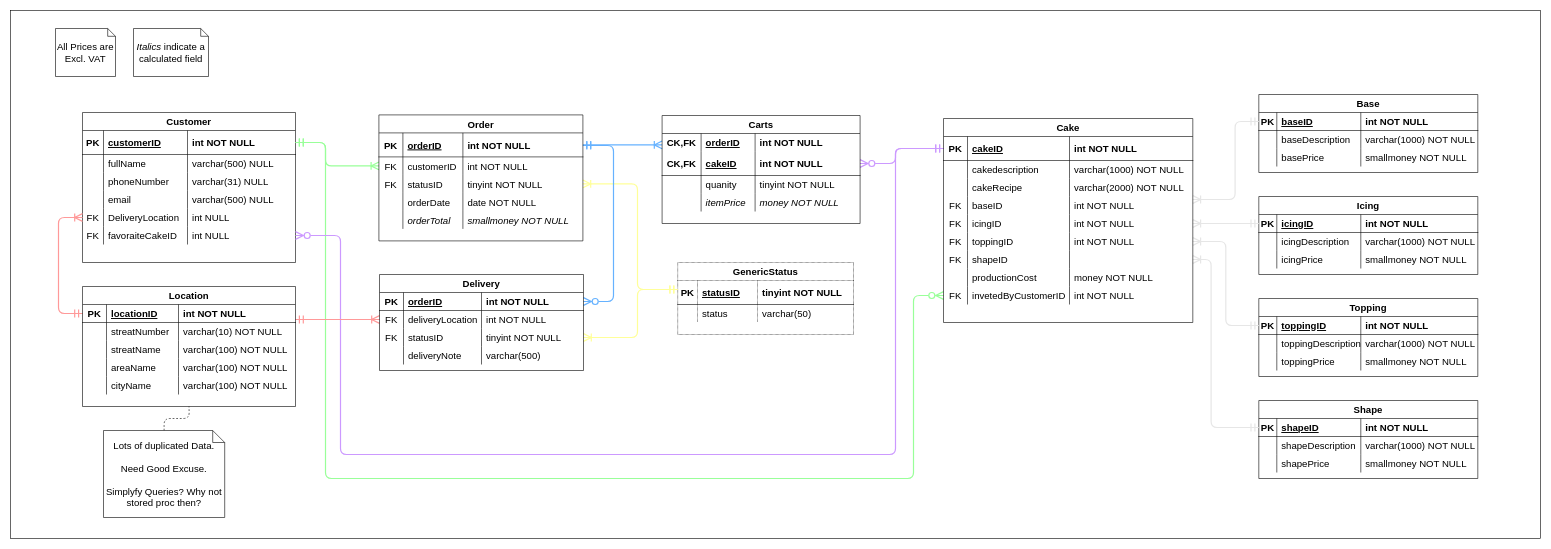
Earlier version of the draw.io diagram Documentation/ERD Diagram.drawio (TauRamodise/LetThemEatCake). Source tidied: cells renumbered, new cells numbered last; positions are measured from the earlier drawing's top-left corner, leaving out a move shared by most shapes. Both pictures are drawn from the tidied source at 60%, with x=0, y=0 at pixel (10, 10).
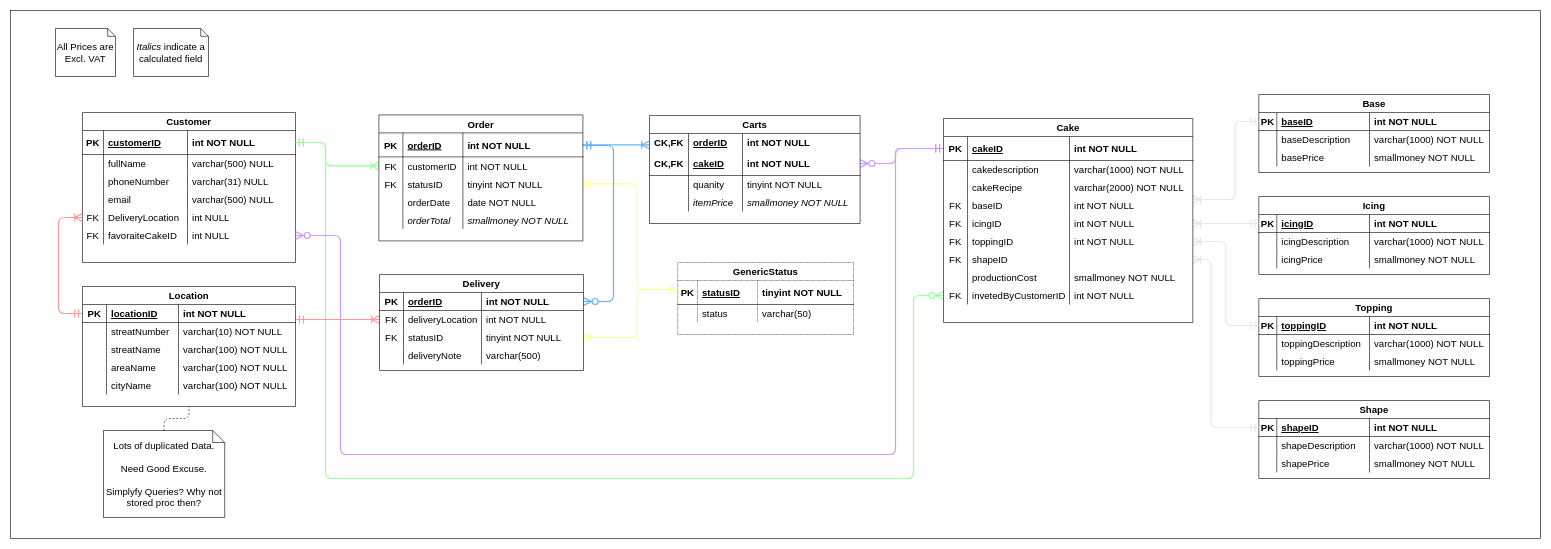
The same page after the edit.

Commit message:
Changed money to smallmoney and changed to using uncompressed diagram

Unchanged cells that the change refers to:
```xml
<mxCell id="137" style="shape=tableRow;horizontal=0;startSize=0;swimlaneHead=0;swimlaneBody=0;fillColor=none;top=0;left=0;right=0;bottom=0;labelBorderColor=none;fontSize=16;" parent="108" vertex="1">
  <mxGeometry y="250" width="415.5" height="30" as="geometry" />
</mxCell>
```

The edit, as a diff of the source:
```diff
@@
     <mxCell id="50" value="Base" style="shape=table;startSize=30;childLayout=tableLayout;rowLines=0;fontStyle=1;align=center;labelBorderColor=none;fontSize=16;" parent="1" vertex="1">
-      <mxGeometry x="2080.5" y="140" width="365" height="130" as="geometry" />
+      <mxGeometry x="2080.5" y="140" width="384.5" height="130" as="geometry" />
     </mxCell>
     <mxCell id="51" style="shape=tableRow;horizontal=0;startSize=0;swimlaneHead=0;swimlaneBody=0;fillColor=none;points=[[0,0.5],[1,0.5]];portConstraint=eastwest;top=0;left=0;right=0;bottom=1;labelBorderColor=none;fontSize=16;" parent="50" vertex="1">
-      <mxGeometry y="30" width="365" height="30" as="geometry" />
+      <mxGeometry y="30" width="384.5" height="30" as="geometry" />
     </mxCell>
@@
     <mxCell id="53" value="baseID" style="shape=partialRectangle;fillColor=none;top=0;left=0;bottom=0;right=0;align=left;spacingLeft=6;fontStyle=5;overflow=hidden;labelBorderColor=none;fontSize=16;" parent="51" vertex="1">
-      <mxGeometry x="30" width="140" height="30" as="geometry" />
+      <mxGeometry x="30" width="154.5" height="30" as="geometry" />
     </mxCell>
     <mxCell id="54" value="int NOT NULL" style="shape=partialRectangle;fillColor=none;top=0;left=0;bottom=0;right=0;align=left;spacingLeft=6;fontStyle=1;overflow=hidden;labelBorderColor=none;fontSize=16;" parent="51" vertex="1">
-      <mxGeometry x="170" width="195" height="30" as="geometry" />
+      <mxGeometry x="184.5" width="200" height="30" as="geometry" />
     </mxCell>
     <mxCell id="55" style="shape=tableRow;horizontal=0;startSize=0;swimlaneHead=0;swimlaneBody=0;fillColor=none;top=0;left=0;right=0;bottom=0;labelBorderColor=none;fontSize=16;" parent="50" vertex="1">
-      <mxGeometry y="60" width="365" height="30" as="geometry" />
+      <mxGeometry y="60" width="384.5" height="30" as="geometry" />
     </mxCell>
@@
     <mxCell id="57" value="baseDescription" style="shape=partialRectangle;fillColor=none;top=0;left=0;bottom=0;right=0;align=left;spacingLeft=6;overflow=hidden;labelBorderColor=none;fontSize=16;" parent="55" vertex="1">
-      <mxGeometry x="30" width="140" height="30" as="geometry" />
+      <mxGeometry x="30" width="154.5" height="30" as="geometry" />
     </mxCell>
     <mxCell id="58" value="varchar(1000) NOT NULL" style="shape=partialRectangle;fillColor=none;top=0;left=0;bottom=0;right=0;align=left;spacingLeft=6;overflow=hidden;labelBorderColor=none;fontSize=16;" parent="55" vertex="1">
-      <mxGeometry x="170" width="195" height="30" as="geometry" />
+      <mxGeometry x="184.5" width="200" height="30" as="geometry" />
     </mxCell>
     <mxCell id="59" style="shape=tableRow;horizontal=0;startSize=0;swimlaneHead=0;swimlaneBody=0;fillColor=none;top=0;left=0;right=0;bottom=0;labelBorderColor=none;fontSize=16;" parent="50" vertex="1">
-      <mxGeometry y="90" width="365" height="30" as="geometry" />
+      <mxGeometry y="90" width="384.5" height="30" as="geometry" />
     </mxCell>
@@
     <mxCell id="61" value="basePrice" style="shape=partialRectangle;fillColor=none;top=0;left=0;bottom=0;right=0;align=left;spacingLeft=6;overflow=hidden;labelBorderColor=none;fontSize=16;" parent="59" vertex="1">
-      <mxGeometry x="30" width="140" height="30" as="geometry" />
+      <mxGeometry x="30" width="154.5" height="30" as="geometry" />
     </mxCell>
     <mxCell id="62" value="smallmoney NOT NULL" style="shape=partialRectangle;fillColor=none;top=0;left=0;bottom=0;right=0;align=left;spacingLeft=6;overflow=hidden;labelBorderColor=none;fontSize=16;" parent="59" vertex="1">
-      <mxGeometry x="170" width="195" height="30" as="geometry" />
+      <mxGeometry x="184.5" width="200" height="30" as="geometry" />
     </mxCell>
@@
     <mxCell id="64" value="Icing" style="shape=table;startSize=30;childLayout=tableLayout;rowLines=0;fontStyle=1;align=center;labelBorderColor=none;fontSize=16;" parent="1" vertex="1">
-      <mxGeometry x="2080.5" y="310" width="365" height="130" as="geometry" />
+      <mxGeometry x="2080.5" y="310" width="384.5" height="130" as="geometry" />
     </mxCell>
     <mxCell id="65" style="shape=tableRow;horizontal=0;startSize=0;swimlaneHead=0;swimlaneBody=0;fillColor=none;points=[[0,0.5],[1,0.5]];portConstraint=eastwest;top=0;left=0;right=0;bottom=1;labelBorderColor=none;fontSize=16;" parent="64" vertex="1">
-      <mxGeometry y="30" width="365" height="30" as="geometry" />
+      <mxGeometry y="30" width="384.5" height="30" as="geometry" />
     </mxCell>
@@
     <mxCell id="67" value="icingID" style="shape=partialRectangle;fillColor=none;top=0;left=0;bottom=0;right=0;align=left;spacingLeft=6;fontStyle=5;overflow=hidden;labelBorderColor=none;fontSize=16;" parent="65" vertex="1">
-      <mxGeometry x="30" width="140" height="30" as="geometry" />
+      <mxGeometry x="30" width="154.5" height="30" as="geometry" />
     </mxCell>
     <mxCell id="68" value="int NOT NULL" style="shape=partialRectangle;fillColor=none;top=0;left=0;bottom=0;right=0;align=left;spacingLeft=6;fontStyle=1;overflow=hidden;labelBorderColor=none;fontSize=16;" parent="65" vertex="1">
-      <mxGeometry x="170" width="195" height="30" as="geometry" />
+      <mxGeometry x="184.5" width="200" height="30" as="geometry" />
     </mxCell>
     <mxCell id="69" style="shape=tableRow;horizontal=0;startSize=0;swimlaneHead=0;swimlaneBody=0;fillColor=none;top=0;left=0;right=0;bottom=0;labelBorderColor=none;fontSize=16;" parent="64" vertex="1">
-      <mxGeometry y="60" width="365" height="30" as="geometry" />
+      <mxGeometry y="60" width="384.5" height="30" as="geometry" />
     </mxCell>
@@
     <mxCell id="71" value="icingDescription" style="shape=partialRectangle;fillColor=none;top=0;left=0;bottom=0;right=0;align=left;spacingLeft=6;overflow=hidden;labelBorderColor=none;fontSize=16;" parent="69" vertex="1">
-      <mxGeometry x="30" width="140" height="30" as="geometry" />
+      <mxGeometry x="30" width="154.5" height="30" as="geometry" />
     </mxCell>
     <mxCell id="72" value="varchar(1000) NOT NULL" style="shape=partialRectangle;fillColor=none;top=0;left=0;bottom=0;right=0;align=left;spacingLeft=6;overflow=hidden;labelBorderColor=none;fontSize=16;" parent="69" vertex="1">
-      <mxGeometry x="170" width="195" height="30" as="geometry" />
+      <mxGeometry x="184.5" width="200" height="30" as="geometry" />
     </mxCell>
     <mxCell id="73" style="shape=tableRow;horizontal=0;startSize=0;swimlaneHead=0;swimlaneBody=0;fillColor=none;top=0;left=0;right=0;bottom=0;labelBorderColor=none;fontSize=16;" parent="64" vertex="1">
-      <mxGeometry y="90" width="365" height="30" as="geometry" />
+      <mxGeometry y="90" width="384.5" height="30" as="geometry" />
     </mxCell>
@@
     <mxCell id="75" value="icingPrice" style="shape=partialRectangle;fillColor=none;top=0;left=0;bottom=0;right=0;align=left;spacingLeft=6;overflow=hidden;labelBorderColor=none;fontSize=16;" parent="73" vertex="1">
-      <mxGeometry x="30" width="140" height="30" as="geometry" />
+      <mxGeometry x="30" width="154.5" height="30" as="geometry" />
     </mxCell>
     <mxCell id="76" value="smallmoney NOT NULL" style="shape=partialRectangle;fillColor=none;top=0;left=0;bottom=0;right=0;align=left;spacingLeft=6;overflow=hidden;labelBorderColor=none;fontSize=16;" parent="73" vertex="1">
-      <mxGeometry x="170" width="195" height="30" as="geometry" />
+      <mxGeometry x="184.5" width="200" height="30" as="geometry" />
     </mxCell>
@@
     <mxCell id="78" value="Topping" style="shape=table;startSize=30;childLayout=tableLayout;rowLines=0;fontStyle=1;align=center;labelBorderColor=none;fontSize=16;" parent="1" vertex="1">
-      <mxGeometry x="2080.5" y="480" width="365" height="130" as="geometry" />
+      <mxGeometry x="2080.5" y="480" width="384.5" height="130" as="geometry" />
     </mxCell>
     <mxCell id="79" style="shape=tableRow;horizontal=0;startSize=0;swimlaneHead=0;swimlaneBody=0;fillColor=none;points=[[0,0.5],[1,0.5]];portConstraint=eastwest;top=0;left=0;right=0;bottom=1;labelBorderColor=none;fontSize=16;" parent="78" vertex="1">
-      <mxGeometry y="30" width="365" height="30" as="geometry" />
+      <mxGeometry y="30" width="384.5" height="30" as="geometry" />
     </mxCell>
@@
     <mxCell id="81" value="toppingID" style="shape=partialRectangle;fillColor=none;top=0;left=0;bottom=0;right=0;align=left;spacingLeft=6;fontStyle=5;overflow=hidden;labelBorderColor=none;fontSize=16;" parent="79" vertex="1">
-      <mxGeometry x="30" width="140" height="30" as="geometry" />
+      <mxGeometry x="30" width="154.5" height="30" as="geometry" />
     </mxCell>
     <mxCell id="82" value="int NOT NULL" style="shape=partialRectangle;fillColor=none;top=0;left=0;bottom=0;right=0;align=left;spacingLeft=6;fontStyle=1;overflow=hidden;labelBorderColor=none;fontSize=16;" parent="79" vertex="1">
-      <mxGeometry x="170" width="195" height="30" as="geometry" />
+      <mxGeometry x="184.5" width="200" height="30" as="geometry" />
     </mxCell>
     <mxCell id="83" style="shape=tableRow;horizontal=0;startSize=0;swimlaneHead=0;swimlaneBody=0;fillColor=none;top=0;left=0;right=0;bottom=0;labelBorderColor=none;fontSize=16;" parent="78" vertex="1">
-      <mxGeometry y="60" width="365" height="30" as="geometry" />
+      <mxGeometry y="60" width="384.5" height="30" as="geometry" />
     </mxCell>
@@
     <mxCell id="85" value="toppingDescription" style="shape=partialRectangle;fillColor=none;top=0;left=0;bottom=0;right=0;align=left;spacingLeft=6;overflow=hidden;labelBorderColor=none;fontSize=16;" parent="83" vertex="1">
-      <mxGeometry x="30" width="140" height="30" as="geometry" />
+      <mxGeometry x="30" width="154.5" height="30" as="geometry" />
     </mxCell>
     <mxCell id="86" value="varchar(1000) NOT NULL" style="shape=partialRectangle;fillColor=none;top=0;left=0;bottom=0;right=0;align=left;spacingLeft=6;overflow=hidden;labelBorderColor=none;fontSize=16;" parent="83" vertex="1">
-      <mxGeometry x="170" width="195" height="30" as="geometry" />
+      <mxGeometry x="184.5" width="200" height="30" as="geometry" />
     </mxCell>
     <mxCell id="87" style="shape=tableRow;horizontal=0;startSize=0;swimlaneHead=0;swimlaneBody=0;fillColor=none;top=0;left=0;right=0;bottom=0;labelBorderColor=none;fontSize=16;" parent="78" vertex="1">
-      <mxGeometry y="90" width="365" height="30" as="geometry" />
+      <mxGeometry y="90" width="384.5" height="30" as="geometry" />
     </mxCell>
@@
     <mxCell id="89" value="toppingPrice" style="shape=partialRectangle;fillColor=none;top=0;left=0;bottom=0;right=0;align=left;spacingLeft=6;overflow=hidden;labelBorderColor=none;fontSize=16;" parent="87" vertex="1">
-      <mxGeometry x="30" width="140" height="30" as="geometry" />
+      <mxGeometry x="30" width="154.5" height="30" as="geometry" />
     </mxCell>
     <mxCell id="90" value="smallmoney NOT NULL" style="shape=partialRectangle;fillColor=none;top=0;left=0;bottom=0;right=0;align=left;spacingLeft=6;overflow=hidden;labelBorderColor=none;fontSize=16;" parent="87" vertex="1">
-      <mxGeometry x="170" width="195" height="30" as="geometry" />
+      <mxGeometry x="184.5" width="200" height="30" as="geometry" />
     </mxCell>
@@
     <mxCell id="92" value="Shape" style="shape=table;startSize=30;childLayout=tableLayout;rowLines=0;fontStyle=1;align=center;labelBorderColor=none;fontSize=16;" parent="1" vertex="1">
-      <mxGeometry x="2080.5" y="650" width="365" height="130" as="geometry" />
+      <mxGeometry x="2080.5" y="650" width="384.5" height="130" as="geometry" />
     </mxCell>
     <mxCell id="93" style="shape=tableRow;horizontal=0;startSize=0;swimlaneHead=0;swimlaneBody=0;fillColor=none;points=[[0,0.5],[1,0.5]];portConstraint=eastwest;top=0;left=0;right=0;bottom=1;labelBorderColor=none;fontSize=16;" parent="92" vertex="1">
-      <mxGeometry y="30" width="365" height="30" as="geometry" />
+      <mxGeometry y="30" width="384.5" height="30" as="geometry" />
     </mxCell>
@@
     <mxCell id="95" value="shapeID" style="shape=partialRectangle;fillColor=none;top=0;left=0;bottom=0;right=0;align=left;spacingLeft=6;fontStyle=5;overflow=hidden;labelBorderColor=none;fontSize=16;" parent="93" vertex="1">
-      <mxGeometry x="30" width="140" height="30" as="geometry" />
+      <mxGeometry x="30" width="154.5" height="30" as="geometry" />
     </mxCell>
     <mxCell id="96" value="int NOT NULL" style="shape=partialRectangle;fillColor=none;top=0;left=0;bottom=0;right=0;align=left;spacingLeft=6;fontStyle=1;overflow=hidden;labelBorderColor=none;fontSize=16;" parent="93" vertex="1">
-      <mxGeometry x="170" width="195" height="30" as="geometry" />
+      <mxGeometry x="184.5" width="200" height="30" as="geometry" />
     </mxCell>
     <mxCell id="97" style="shape=tableRow;horizontal=0;startSize=0;swimlaneHead=0;swimlaneBody=0;fillColor=none;top=0;left=0;right=0;bottom=0;labelBorderColor=none;fontSize=16;" parent="92" vertex="1">
-      <mxGeometry y="60" width="365" height="30" as="geometry" />
+      <mxGeometry y="60" width="384.5" height="30" as="geometry" />
     </mxCell>
@@
     <mxCell id="99" value="shapeDescription" style="shape=partialRectangle;fillColor=none;top=0;left=0;bottom=0;right=0;align=left;spacingLeft=6;overflow=hidden;labelBorderColor=none;fontSize=16;" parent="97" vertex="1">
-      <mxGeometry x="30" width="140" height="30" as="geometry" />
+      <mxGeometry x="30" width="154.5" height="30" as="geometry" />
     </mxCell>
     <mxCell id="100" value="varchar(1000) NOT NULL" style="shape=partialRectangle;fillColor=none;top=0;left=0;bottom=0;right=0;align=left;spacingLeft=6;overflow=hidden;labelBorderColor=none;fontSize=16;" parent="97" vertex="1">
-      <mxGeometry x="170" width="195" height="30" as="geometry" />
+      <mxGeometry x="184.5" width="200" height="30" as="geometry" />
     </mxCell>
     <mxCell id="101" style="shape=tableRow;horizontal=0;startSize=0;swimlaneHead=0;swimlaneBody=0;fillColor=none;top=0;left=0;right=0;bottom=0;labelBorderColor=none;fontSize=16;" parent="92" vertex="1">
-      <mxGeometry y="90" width="365" height="30" as="geometry" />
+      <mxGeometry y="90" width="384.5" height="30" as="geometry" />
     </mxCell>
@@
     <mxCell id="103" value="shapePrice" style="shape=partialRectangle;fillColor=none;top=0;left=0;bottom=0;right=0;align=left;spacingLeft=6;overflow=hidden;labelBorderColor=none;fontSize=16;" parent="101" vertex="1">
-      <mxGeometry x="30" width="140" height="30" as="geometry" />
+      <mxGeometry x="30" width="154.5" height="30" as="geometry" />
     </mxCell>
     <mxCell id="104" value="smallmoney NOT NULL" style="shape=partialRectangle;fillColor=none;top=0;left=0;bottom=0;right=0;align=left;spacingLeft=6;overflow=hidden;labelBorderColor=none;fontSize=16;" parent="101" vertex="1">
-      <mxGeometry x="170" width="195" height="30" as="geometry" />
+      <mxGeometry x="184.5" width="200" height="30" as="geometry" />
     </mxCell>
@@
-    <mxCell id="140" value="money NOT NULL" style="shape=partialRectangle;fillColor=none;top=0;left=0;bottom=0;right=0;align=left;spacingLeft=6;overflow=hidden;labelBorderColor=none;fontSize=16;" parent="137" vertex="1">
+    <mxCell id="140" value="smallmoney NOT NULL" style="shape=partialRectangle;fillColor=none;top=0;left=0;bottom=0;right=0;align=left;spacingLeft=6;overflow=hidden;labelBorderColor=none;fontSize=16;" parent="137" vertex="1">
       <mxGeometry x="210" width="205.5" height="30" as="geometry" />
     </mxCell>
@@
     <mxCell id="183" value="Carts" style="shape=table;startSize=30;childLayout=tableLayout;rowLines=0;fontStyle=1;align=center;labelBorderColor=none;fontSize=16;" parent="1" vertex="1">
-      <mxGeometry x="1086" y="175" width="330" height="180" as="geometry" />
+      <mxGeometry x="1065" y="175" width="351" height="180" as="geometry" />
     </mxCell>
     <mxCell id="184" style="shape=tableRow;horizontal=0;startSize=0;swimlaneHead=0;swimlaneBody=0;fillColor=none;points=[[0,0.5],[1,0.5]];portConstraint=eastwest;top=0;left=0;right=0;bottom=0;labelBorderColor=none;fontSize=16;" parent="183" vertex="1">
-      <mxGeometry y="30" width="330" height="30" as="geometry" />
+      <mxGeometry y="30" width="351" height="30" as="geometry" />
     </mxCell>
@@
     <mxCell id="187" value="int NOT NULL" style="shape=partialRectangle;fillColor=none;top=0;left=0;bottom=0;right=0;align=left;spacingLeft=6;fontStyle=1;overflow=hidden;labelBorderColor=none;fontSize=16;" parent="184" vertex="1">
-      <mxGeometry x="155" width="175" height="30" as="geometry" />
+      <mxGeometry x="155" width="196" height="30" as="geometry" />
     </mxCell>
     <mxCell id="188" style="shape=tableRow;horizontal=0;startSize=0;swimlaneHead=0;swimlaneBody=0;fillColor=none;points=[[0,0.5],[1,0.5]];portConstraint=eastwest;top=0;left=0;right=0;bottom=1;labelBorderColor=none;fontSize=16;" parent="183" vertex="1">
-      <mxGeometry y="60" width="330" height="40" as="geometry" />
+      <mxGeometry y="60" width="351" height="40" as="geometry" />
     </mxCell>
@@
     <mxCell id="191" value="int NOT NULL" style="shape=partialRectangle;fillColor=none;top=0;left=0;bottom=0;right=0;align=left;spacingLeft=6;fontStyle=1;overflow=hidden;labelBorderColor=none;fontSize=16;" parent="188" vertex="1">
-      <mxGeometry x="155" width="175" height="40" as="geometry" />
+      <mxGeometry x="155" width="196" height="40" as="geometry" />
     </mxCell>
     <mxCell id="192" style="shape=tableRow;horizontal=0;startSize=0;swimlaneHead=0;swimlaneBody=0;fillColor=none;top=0;left=0;right=0;bottom=0;labelBorderColor=none;fontSize=16;" parent="183" vertex="1">
-      <mxGeometry y="100" width="330" height="30" as="geometry" />
+      <mxGeometry y="100" width="351" height="30" as="geometry" />
     </mxCell>
@@
     <mxCell id="195" value="tinyint NOT NULL" style="shape=partialRectangle;fillColor=none;top=0;left=0;bottom=0;right=0;align=left;spacingLeft=6;overflow=hidden;labelBorderColor=none;fontSize=16;" parent="192" vertex="1">
-      <mxGeometry x="155" width="175" height="30" as="geometry" />
+      <mxGeometry x="155" width="196" height="30" as="geometry" />
     </mxCell>
     <mxCell id="196" style="shape=tableRow;horizontal=0;startSize=0;swimlaneHead=0;swimlaneBody=0;fillColor=none;top=0;left=0;right=0;bottom=0;labelBorderColor=none;fontSize=16;" parent="183" vertex="1">
-      <mxGeometry y="130" width="330" height="30" as="geometry" />
+      <mxGeometry y="130" width="351" height="30" as="geometry" />
     </mxCell>
@@
-    <mxCell id="199" value="money NOT NULL" style="shape=partialRectangle;fillColor=none;top=0;left=0;bottom=0;right=0;align=left;spacingLeft=6;overflow=hidden;labelBorderColor=none;fontSize=16;fontStyle=2;" parent="196" vertex="1">
-      <mxGeometry x="155" width="175" height="30" as="geometry" />
+    <mxCell id="199" value="smallmoney NOT NULL" style="shape=partialRectangle;fillColor=none;top=0;left=0;bottom=0;right=0;align=left;spacingLeft=6;overflow=hidden;labelBorderColor=none;fontSize=16;fontStyle=2;" parent="196" vertex="1">
+      <mxGeometry x="155" width="196" height="30" as="geometry" />
     </mxCell>
```
